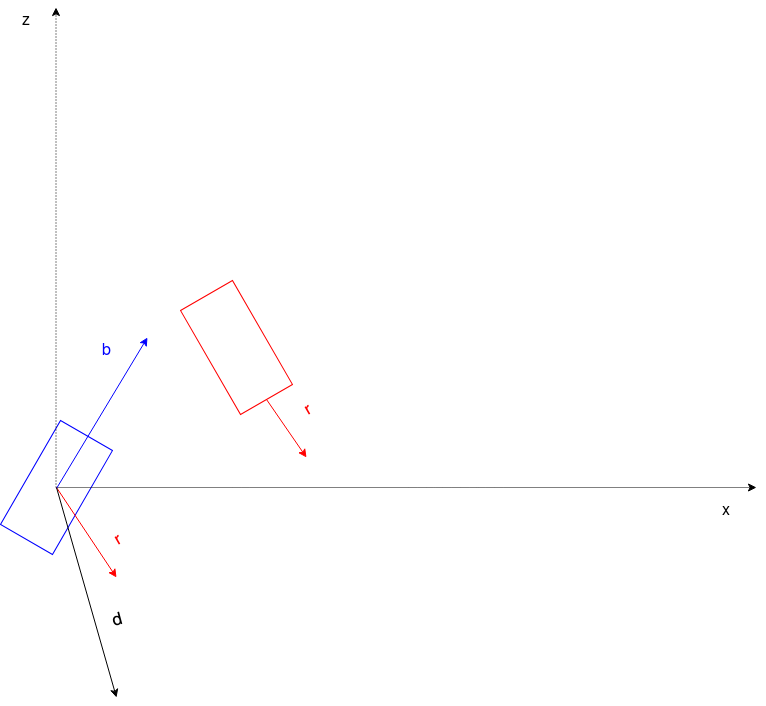
SapienzaInteractiveGraphicsCourse/final-project-ig_minigame keeps this draw.io diagram as report/diagrams/chartSecondRot.png. Above is the earlier version. Source tidied: cells renumbered, new cells last; positions are measured from the earlier drawing's top-left corner, leaving out a move shared by most shapes.
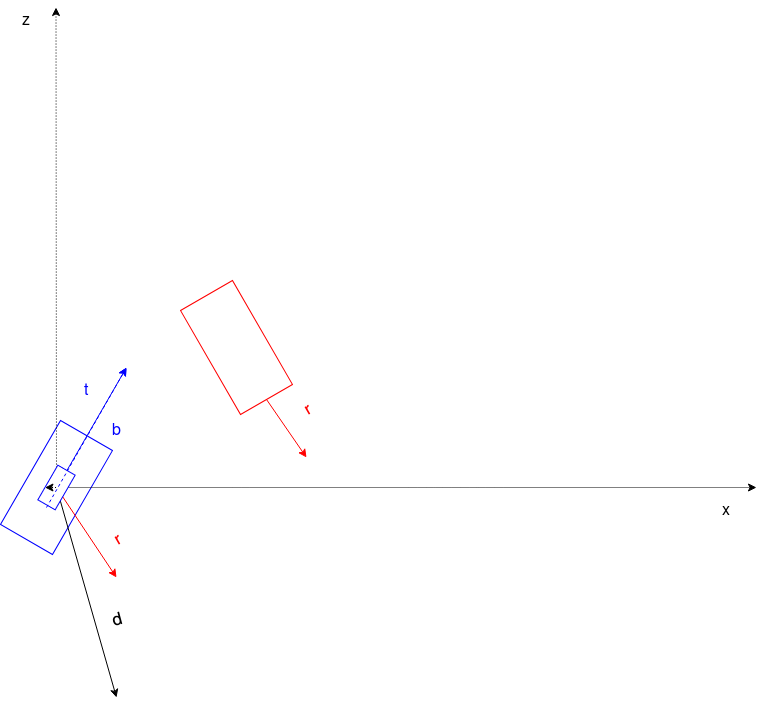
The same file after the commit.

What changed in the source:
```diff
@@ -2,7 +2,7 @@
   <root>
     <mxCell id="0" />
     <mxCell id="1" parent="0" />
-    <mxCell id="2" style="rounded=0;whiteSpace=wrap;html=1;rotation=120;fillColor=#FFFFFF;strokeColor=#0000FF;" parent="1" vertex="1">
+    <mxCell id="2" style="rounded=0;whiteSpace=wrap;html=1;rotation=-60;fillColor=#FFFFFF;strokeColor=#0000FF;" parent="1" vertex="1">
       <mxGeometry y="450" width="120" height="60" as="geometry" />
     </mxCell>
     <mxCell id="3" style="rounded=0;whiteSpace=wrap;html=1;rotation=-120;fillColor=#FFFFFF;strokeColor=#FF0000;" parent="1" vertex="1">
@@ -13,9 +13,8 @@
         <mxPoint x="310" y="450" as="targetPoint" />
       </mxGeometry>
     </mxCell>
-    <mxCell id="5" style="endArrow=classic;html=1;dashed=1;dashPattern=1 2;" parent="1" edge="1">
+    <mxCell id="5" style="endArrow=classic;html=1;dashed=1;dashPattern=1 2;" parent="1" edge="1" source="16">
       <mxGeometry relative="1" as="geometry">
-        <mxPoint x="59.5" y="480" as="sourcePoint" />
         <mxPoint x="59.5" as="targetPoint" />
       </mxGeometry>
     </mxCell>
@@ -34,7 +33,7 @@
     <mxCell id="8" style="endArrow=classic;html=1;strokeColor=#0000FF;" parent="1" edge="1">
       <mxGeometry relative="1" as="geometry">
         <mxPoint x="60" y="481" as="sourcePoint" />
-        <mxPoint x="151" y="330" as="targetPoint" />
+        <mxPoint x="130" y="360" as="targetPoint" />
       </mxGeometry>
     </mxCell>
     <mxCell id="9" style="endArrow=classic;html=1;" parent="1" edge="1">
@@ -53,7 +52,7 @@
       <mxGeometry x="710" y="490" width="40" height="20" as="geometry" />
     </mxCell>
     <mxCell id="13" value="&lt;font style=&quot;font-size: 16px&quot; color=&quot;#0000FF&quot;&gt;b&lt;/font&gt;" style="text;html=1;strokeColor=none;fillColor=none;align=center;verticalAlign=middle;whiteSpace=wrap;rounded=0;" parent="1" vertex="1">
-      <mxGeometry x="90" y="330" width="40" height="20" as="geometry" />
+      <mxGeometry x="100" y="410" width="40" height="20" as="geometry" />
     </mxCell>
     <mxCell id="14" value="&lt;font style=&quot;font-size: 16px&quot; color=&quot;#FF0000&quot;&gt;r&lt;/font&gt;" style="text;html=1;strokeColor=none;fillColor=none;align=center;verticalAlign=middle;whiteSpace=wrap;rounded=0;rotation=-30;" parent="1" vertex="1">
       <mxGeometry x="100" y="520" width="40" height="20" as="geometry" />
@@ -61,5 +60,22 @@
     <mxCell id="15" value="&lt;font style=&quot;font-size: 16px&quot; color=&quot;#FF0000&quot;&gt;r&lt;/font&gt;" style="text;html=1;strokeColor=none;fillColor=none;align=center;verticalAlign=middle;whiteSpace=wrap;rounded=0;rotation=-30;" parent="1" vertex="1">
       <mxGeometry x="290" y="390" width="40" height="20" as="geometry" />
     </mxCell>
+    <mxCell id="16" style="rounded=0;whiteSpace=wrap;html=1;strokeColor=#0000FF;rotation=-60;" parent="1" vertex="1">
+      <mxGeometry x="40" y="470" width="40" height="20" as="geometry" />
+    </mxCell>
+    <mxCell id="17" style="endArrow=classic;html=1;dashed=1;dashPattern=1 2;" parent="1" edge="1" target="16">
+      <mxGeometry relative="1" as="geometry">
+        <mxPoint x="59.5" y="480" as="sourcePoint" />
+      </mxGeometry>
+    </mxCell>
+    <mxCell id="18" style="endArrow=classic;html=1;strokeColor=#0000FF;dashed=1;" parent="1" edge="1">
+      <mxGeometry relative="1" as="geometry">
+        <mxPoint x="50" y="500" as="sourcePoint" />
+        <mxPoint x="130" y="360" as="targetPoint" />
+      </mxGeometry>
+    </mxCell>
+    <mxCell id="19" value="&lt;font style=&quot;font-size: 16px&quot; color=&quot;#0000FF&quot;&gt;t&lt;/font&gt;" style="text;html=1;strokeColor=none;fillColor=none;align=center;verticalAlign=middle;whiteSpace=wrap;rounded=0;" parent="1" vertex="1">
+      <mxGeometry x="70" y="370" width="40" height="20" as="geometry" />
+    </mxCell>
   </root>
 </mxGraphModel>
```
